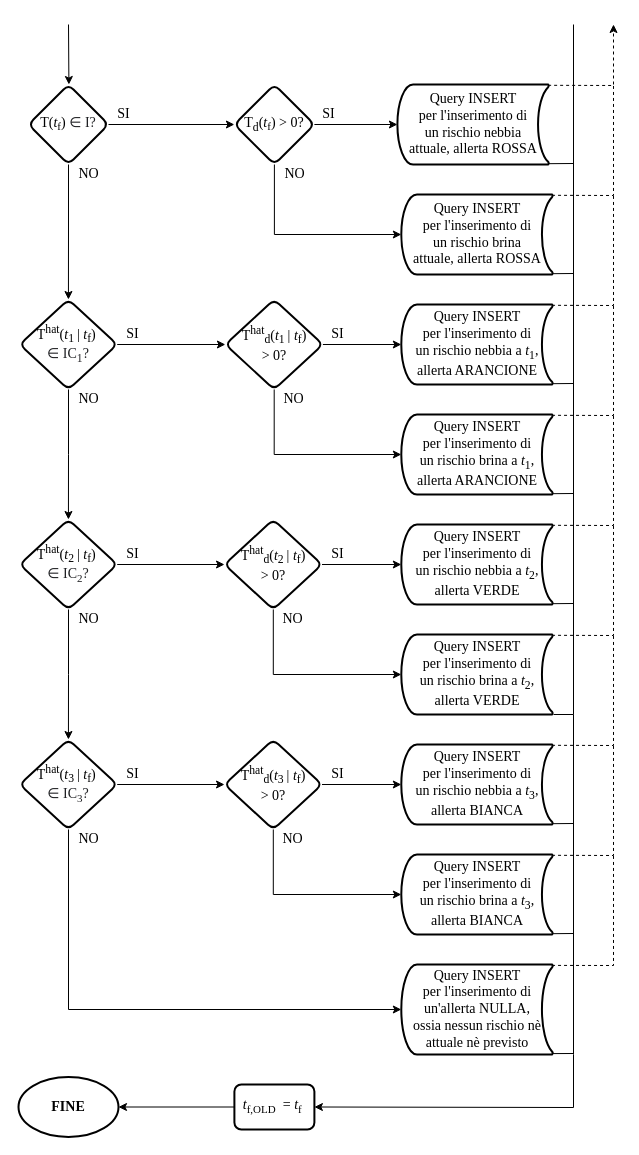
Before: Iterazioni/Documentazione/Iterazione 3/OtherFiles/FC - Generatore allerte F&F(2).drawio in matteoverzeroli/LVSEmergency, a draw.io diagram. Source tidied: cells renumbered, new cells numbered last; positions are measured from the earlier drawing's top-left corner, leaving out a move shared by most shapes. Both pictures are drawn from the tidied source at 100%, with x=0, y=0 at pixel (18, 24).
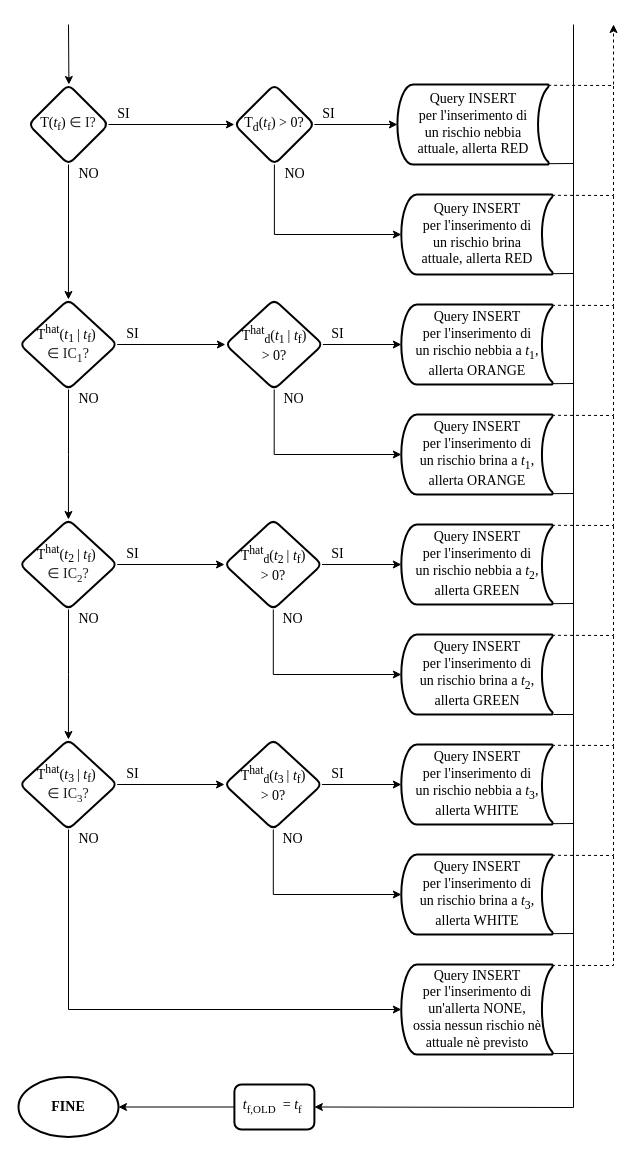
The same diagram, later.

Diff of the diagram source:
```diff
@@
-    <mxCell id="9" value="Query INSERT &lt;br&gt;per l'inserimento di &lt;br&gt;un rischio nebbia &lt;br&gt;attuale, allerta ROSSA" style="strokeWidth=2;html=1;shape=mxgraph.flowchart.stored_data;whiteSpace=wrap;fontFamily=Times New Roman;fontSize=14;" parent="1" vertex="1">
+    <mxCell id="9" value="Query INSERT &lt;br&gt;per l'inserimento di &lt;br&gt;un rischio nebbia &lt;br&gt;attuale, allerta RED" style="strokeWidth=2;html=1;shape=mxgraph.flowchart.stored_data;whiteSpace=wrap;fontFamily=Times New Roman;fontSize=14;" parent="1" vertex="1">
       <mxGeometry x="378.9" y="60" width="151.5" height="80" as="geometry" />
     </mxCell>
-    <mxCell id="10" value="Query INSERT &lt;br&gt;per l'inserimento di &lt;br&gt;un rischio brina&lt;br&gt;attuale, allerta ROSSA" style="strokeWidth=2;html=1;shape=mxgraph.flowchart.stored_data;whiteSpace=wrap;fontFamily=Times New Roman;fontSize=14;" parent="1" vertex="1">
+    <mxCell id="10" value="Query INSERT &lt;br&gt;per l'inserimento di &lt;br&gt;un rischio brina&lt;br&gt;attuale, allerta RED" style="strokeWidth=2;html=1;shape=mxgraph.flowchart.stored_data;whiteSpace=wrap;fontFamily=Times New Roman;fontSize=14;" parent="1" vertex="1">
       <mxGeometry x="382.8" y="170" width="151.5" height="80" as="geometry" />
     </mxCell>
@@
-    <mxCell id="13" value="Query INSERT &lt;br&gt;per l'inserimento di &lt;br&gt;un rischio nebbia a &lt;i&gt;t&lt;/i&gt;&lt;sub&gt;1&lt;/sub&gt;, allerta ARANCIONE" style="strokeWidth=2;html=1;shape=mxgraph.flowchart.stored_data;whiteSpace=wrap;fontFamily=Times New Roman;fontSize=14;" parent="1" vertex="1">
+    <mxCell id="13" value="Query INSERT &lt;br&gt;per l'inserimento di &lt;br&gt;un rischio nebbia a &lt;i&gt;t&lt;/i&gt;&lt;sub&gt;1&lt;/sub&gt;, allerta ORANGE" style="strokeWidth=2;html=1;shape=mxgraph.flowchart.stored_data;whiteSpace=wrap;fontFamily=Times New Roman;fontSize=14;" parent="1" vertex="1">
       <mxGeometry x="382.8" y="280" width="151.5" height="80" as="geometry" />
     </mxCell>
-    <mxCell id="14" value="Query INSERT &lt;br&gt;per l'inserimento di &lt;br&gt;un rischio brina a &lt;i&gt;t&lt;/i&gt;&lt;sub&gt;1&lt;/sub&gt;, allerta ARANCIONE" style="strokeWidth=2;html=1;shape=mxgraph.flowchart.stored_data;whiteSpace=wrap;fontFamily=Times New Roman;fontSize=14;" parent="1" vertex="1">
+    <mxCell id="14" value="Query INSERT &lt;br&gt;per l'inserimento di &lt;br&gt;un rischio brina a &lt;i&gt;t&lt;/i&gt;&lt;sub&gt;1&lt;/sub&gt;, allerta ORANGE" style="strokeWidth=2;html=1;shape=mxgraph.flowchart.stored_data;whiteSpace=wrap;fontFamily=Times New Roman;fontSize=14;" parent="1" vertex="1">
       <mxGeometry x="382.8" y="390" width="151.5" height="80" as="geometry" />
     </mxCell>
@@
-    <mxCell id="25" value="Query INSERT &lt;br&gt;per l'inserimento di &lt;br&gt;un rischio nebbia a &lt;i&gt;t&lt;/i&gt;&lt;sub&gt;2&lt;/sub&gt;, allerta VERDE" style="strokeWidth=2;html=1;shape=mxgraph.flowchart.stored_data;whiteSpace=wrap;fontFamily=Times New Roman;fontSize=14;" parent="1" vertex="1">
+    <mxCell id="25" value="Query INSERT &lt;br&gt;per l'inserimento di &lt;br&gt;un rischio nebbia a &lt;i&gt;t&lt;/i&gt;&lt;sub&gt;2&lt;/sub&gt;, allerta GREEN" style="strokeWidth=2;html=1;shape=mxgraph.flowchart.stored_data;whiteSpace=wrap;fontFamily=Times New Roman;fontSize=14;" parent="1" vertex="1">
       <mxGeometry x="382.8" y="500" width="151.5" height="80" as="geometry" />
     </mxCell>
-    <mxCell id="26" value="Query INSERT &lt;br&gt;per l'inserimento di &lt;br&gt;un rischio brina a &lt;i&gt;t&lt;/i&gt;&lt;sub&gt;2&lt;/sub&gt;, allerta VERDE" style="strokeWidth=2;html=1;shape=mxgraph.flowchart.stored_data;whiteSpace=wrap;fontFamily=Times New Roman;fontSize=14;" parent="1" vertex="1">
+    <mxCell id="26" value="Query INSERT &lt;br&gt;per l'inserimento di &lt;br&gt;un rischio brina a &lt;i&gt;t&lt;/i&gt;&lt;sub&gt;2&lt;/sub&gt;, allerta GREEN" style="strokeWidth=2;html=1;shape=mxgraph.flowchart.stored_data;whiteSpace=wrap;fontFamily=Times New Roman;fontSize=14;" parent="1" vertex="1">
       <mxGeometry x="382.8" y="610" width="151.5" height="80" as="geometry" />
     </mxCell>
@@
-    <mxCell id="37" value="Query INSERT &lt;br&gt;per l'inserimento di &lt;br&gt;un rischio nebbia a &lt;i&gt;t&lt;/i&gt;&lt;sub&gt;3&lt;/sub&gt;, allerta BIANCA" style="strokeWidth=2;html=1;shape=mxgraph.flowchart.stored_data;whiteSpace=wrap;fontFamily=Times New Roman;fontSize=14;" parent="1" vertex="1">
+    <mxCell id="37" value="Query INSERT &lt;br&gt;per l'inserimento di &lt;br&gt;un rischio nebbia a &lt;i&gt;t&lt;/i&gt;&lt;sub&gt;3&lt;/sub&gt;, allerta WHITE" style="strokeWidth=2;html=1;shape=mxgraph.flowchart.stored_data;whiteSpace=wrap;fontFamily=Times New Roman;fontSize=14;" parent="1" vertex="1">
       <mxGeometry x="382.8" y="720" width="151.5" height="80" as="geometry" />
     </mxCell>
-    <mxCell id="38" value="Query INSERT &lt;br&gt;per l'inserimento di &lt;br&gt;un rischio brina a &lt;i&gt;t&lt;/i&gt;&lt;sub&gt;3&lt;/sub&gt;, allerta BIANCA" style="strokeWidth=2;html=1;shape=mxgraph.flowchart.stored_data;whiteSpace=wrap;fontFamily=Times New Roman;fontSize=14;" parent="1" vertex="1">
+    <mxCell id="38" value="Query INSERT &lt;br&gt;per l'inserimento di &lt;br&gt;un rischio brina a &lt;i&gt;t&lt;/i&gt;&lt;sub&gt;3&lt;/sub&gt;, allerta WHITE" style="strokeWidth=2;html=1;shape=mxgraph.flowchart.stored_data;whiteSpace=wrap;fontFamily=Times New Roman;fontSize=14;" parent="1" vertex="1">
       <mxGeometry x="382.8" y="830" width="151.5" height="80" as="geometry" />
     </mxCell>
@@
-    <mxCell id="49" value="Query INSERT &lt;br&gt;per l'inserimento di &lt;br&gt;un'allerta NULLA, &lt;br&gt;ossia nessun rischio nè &lt;br&gt;attuale nè previsto" style="strokeWidth=2;html=1;shape=mxgraph.flowchart.stored_data;whiteSpace=wrap;fontFamily=Times New Roman;fontSize=14;" parent="1" vertex="1">
+    <mxCell id="49" value="Query INSERT &lt;br&gt;per l'inserimento di &lt;br&gt;un'allerta NONE, &lt;br&gt;ossia nessun rischio nè &lt;br&gt;attuale nè previsto" style="strokeWidth=2;html=1;shape=mxgraph.flowchart.stored_data;whiteSpace=wrap;fontFamily=Times New Roman;fontSize=14;" parent="1" vertex="1">
       <mxGeometry x="382.8" y="940" width="151.5" height="90" as="geometry" />
     </mxCell>
```
